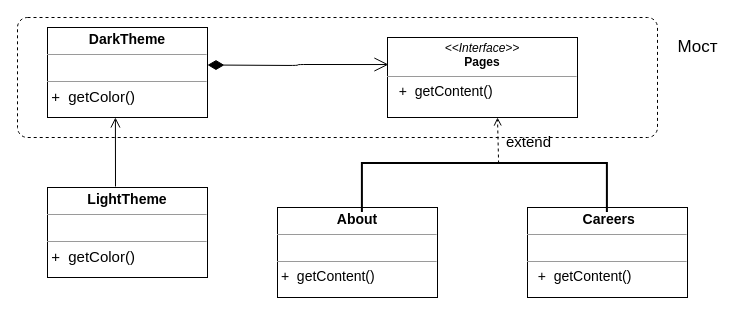
Before: structural/bridge/bridge.drawio in MaksShadows/Patterns, a draw.io diagram. Source tidied: cells renumbered, new cells numbered last; positions are measured from the earlier drawing's top-left corner, leaving out a move shared by most shapes. Both pictures are drawn from the tidied source at 100%, with x=0, y=0 at pixel (17, 17).
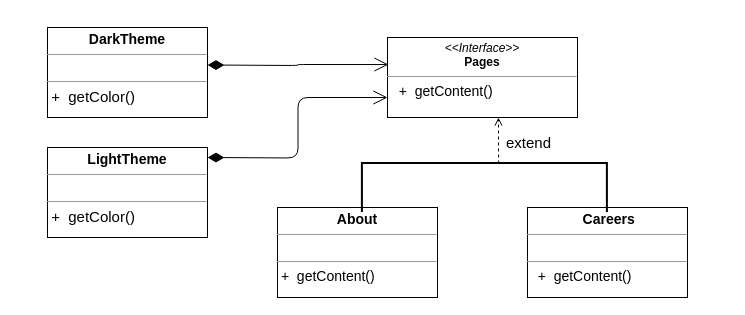
After the change.

What changed in the source:
```diff
@@
 <mxGraphModel>
   <root>
     <mxCell id="0" />
     <mxCell id="1" parent="0" />
     <mxCell id="2" value="&lt;p style=&quot;margin: 0px ; margin-top: 4px ; text-align: center&quot;&gt;&lt;i&gt;&amp;lt;&amp;lt;Interface&amp;gt;&amp;gt;&lt;/i&gt;&lt;br&gt;&lt;b&gt;Pages&lt;/b&gt;&lt;/p&gt;&lt;hr size=&quot;1&quot;&gt;&lt;p style=&quot;text-align: justify ; margin: 0px 0px 0px 4px&quot;&gt;&lt;font style=&quot;font-size: 14px&quot;&gt;&amp;nbsp; +&amp;nbsp;&amp;nbsp;getContent()&lt;/font&gt;&lt;/p&gt;" style="verticalAlign=top;align=left;overflow=fill;fontSize=12;fontFamily=Helvetica;html=1;" parent="1" vertex="1">
       <mxGeometry x="370" y="20" width="190" height="80" as="geometry" />
     </mxCell>
     <mxCell id="3" value="&lt;p style=&quot;margin: 0px ; margin-top: 4px ; text-align: center&quot;&gt;&lt;span style=&quot;font-size: 14px&quot;&gt;&lt;b&gt;About&lt;/b&gt;&lt;/span&gt;&lt;br&gt;&lt;/p&gt;&lt;hr size=&quot;1&quot;&gt;&lt;p style=&quot;margin: 0px ; margin-left: 4px&quot;&gt;&lt;br&gt;&lt;/p&gt;&lt;hr size=&quot;1&quot;&gt;&lt;p style=&quot;margin: 0px 0px 0px 4px ; font-size: 14px&quot;&gt;&lt;/p&gt;&lt;span style=&quot;font-size: 14px ; text-align: justify&quot;&gt;&amp;nbsp;+&amp;nbsp;&amp;nbsp;getContent()&lt;/span&gt;" style="verticalAlign=top;align=left;overflow=fill;fontSize=12;fontFamily=Helvetica;html=1;" parent="1" vertex="1">
       <mxGeometry x="260" y="190" width="160" height="90" as="geometry" />
     </mxCell>
     <mxCell id="4" value="&lt;p style=&quot;margin: 0px ; margin-top: 4px ; text-align: center&quot;&gt;&lt;b&gt;&amp;nbsp;&lt;font style=&quot;font-size: 14px&quot;&gt;Careers&lt;/font&gt;&lt;/b&gt;&lt;br&gt;&lt;/p&gt;&lt;hr size=&quot;1&quot;&gt;&lt;p style=&quot;margin: 0px ; margin-left: 4px&quot;&gt;&lt;br&gt;&lt;/p&gt;&lt;hr size=&quot;1&quot;&gt;&lt;p style=&quot;margin: 0px ; margin-left: 4px&quot;&gt;&lt;span&gt;&amp;nbsp;&amp;nbsp;&lt;/span&gt;&lt;span style=&quot;font-size: 14px&quot;&gt;+&amp;nbsp;&amp;nbsp;getContent()&lt;/span&gt;&lt;br&gt;&lt;/p&gt;&lt;p style=&quot;margin: 0px ; margin-left: 4px&quot;&gt;&lt;br&gt;&lt;/p&gt;" style="verticalAlign=top;align=left;overflow=fill;fontSize=12;fontFamily=Helvetica;html=1;" parent="1" vertex="1">
       <mxGeometry x="510" y="190" width="160" height="90" as="geometry" />
     </mxCell>
     <mxCell id="5" style="strokeWidth=2;html=1;shape=mxgraph.flowchart.annotation_1;align=left;rotation=90;" parent="1" vertex="1">
       <mxGeometry x="442.5" y="47.5" width="48.8" height="245" as="geometry" />
     </mxCell>
     <mxCell id="6" value="&lt;p style=&quot;margin: 0px ; margin-top: 4px ; text-align: center&quot;&gt;&lt;span style=&quot;font-size: 14px&quot;&gt;&lt;b&gt;DarkTheme&lt;/b&gt;&lt;/span&gt;&lt;br&gt;&lt;/p&gt;&lt;hr size=&quot;1&quot;&gt;&lt;p style=&quot;margin: 0px ; margin-left: 4px&quot;&gt;&lt;br&gt;&lt;/p&gt;&lt;hr size=&quot;1&quot;&gt;&lt;p style=&quot;margin: 0px 0px 0px 4px ; font-size: 14px&quot;&gt;&lt;/p&gt;&lt;span style=&quot;text-align: justify&quot;&gt;&lt;font style=&quot;font-size: 15px&quot;&gt;&amp;nbsp;+&amp;nbsp;&amp;nbsp;getColor()&lt;/font&gt;&lt;/span&gt;" style="verticalAlign=top;align=left;overflow=fill;fontSize=12;fontFamily=Helvetica;html=1;" parent="1" vertex="1">
       <mxGeometry x="30" y="10" width="160" height="90" as="geometry" />
     </mxCell>
     <mxCell id="7" value="&lt;p style=&quot;margin: 0px ; margin-top: 4px ; text-align: center&quot;&gt;&lt;span style=&quot;font-size: 14px&quot;&gt;&lt;b&gt;&amp;nbsp;LightTheme&amp;nbsp;&lt;/b&gt;&lt;/span&gt;&lt;br&gt;&lt;/p&gt;&lt;hr size=&quot;1&quot;&gt;&lt;p style=&quot;margin: 0px ; margin-left: 4px&quot;&gt;&lt;br&gt;&lt;/p&gt;&lt;hr size=&quot;1&quot;&gt;&lt;p style=&quot;margin: 0px 0px 0px 4px ; font-size: 14px&quot;&gt;&lt;/p&gt;&lt;span style=&quot;text-align: justify&quot;&gt;&lt;font style=&quot;font-size: 15px&quot;&gt;&amp;nbsp;+&amp;nbsp;&amp;nbsp;getColor()&lt;/font&gt;&lt;/span&gt;" style="verticalAlign=top;align=left;overflow=fill;fontSize=12;fontFamily=Helvetica;html=1;" parent="1" vertex="1">
-      <mxGeometry x="30" y="170" width="160" height="90" as="geometry" />
+      <mxGeometry x="30" y="130" width="160" height="90" as="geometry" />
     </mxCell>
     <mxCell id="8" style="endArrow=open;html=1;endSize=12;startArrow=diamondThin;startSize=14;startFill=1;edgeStyle=orthogonalEdgeStyle;align=left;verticalAlign=bottom;entryX=0.005;entryY=0.338;entryDx=0;entryDy=0;entryPerimeter=0;" parent="1" edge="1" target="2">
       <mxGeometry x="-0.67" y="28" relative="1" as="geometry">
         <mxPoint x="190" y="47.5" as="sourcePoint" />
         <mxPoint y="1" as="offset" />
       </mxGeometry>
     </mxCell>
-    <mxCell id="9" style="html=1;align=center;verticalAlign=top;rounded=1;absoluteArcSize=1;arcSize=20;dashed=1;fillColor=none;" parent="1" vertex="1">
-      <mxGeometry width="640" height="120" as="geometry" />
-    </mxCell>
-    <mxCell id="10" value="&lt;font style=&quot;font-size: 17px&quot;&gt;Мост&lt;/font&gt;" style="text;html=1;align=center;verticalAlign=middle;fillColor=none;strokeColor=none;rounded=0;" parent="1" vertex="1">
-      <mxGeometry x="650" y="20" width="60" height="20" as="geometry" />
-    </mxCell>
-    <mxCell id="11" value="&lt;font style=&quot;font-size: 15px&quot;&gt;extend&lt;/font&gt;" style="html=1;verticalAlign=bottom;labelBackgroundColor=none;endArrow=open;endFill=0;dashed=1;entryX=0.75;entryY=0.833;entryDx=0;entryDy=0;entryPerimeter=0;exitX=0.008;exitY=0.442;exitDx=0;exitDy=0;exitPerimeter=0;" parent="1" edge="1" source="5" target="9">
+    <mxCell id="11" value="&lt;font style=&quot;font-size: 15px&quot;&gt;extend&lt;/font&gt;" style="html=1;verticalAlign=bottom;labelBackgroundColor=none;endArrow=open;endFill=0;dashed=1;entryX=0.584;entryY=1;entryDx=0;entryDy=0;entryPerimeter=0;exitX=0.008;exitY=0.442;exitDx=0;exitDy=0;exitPerimeter=0;" parent="1" edge="1" source="5" target="2">
       <mxGeometry x="-0.6" y="-30" relative="1" as="geometry" />
     </mxCell>
-    <mxCell id="12" style="endArrow=open;startArrow=none;endFill=0;startFill=0;endSize=8;html=1;verticalAlign=bottom;labelBackgroundColor=none;strokeWidth=1;exitX=0.425;exitY=-0.011;exitDx=0;exitDy=0;exitPerimeter=0;entryX=0.153;entryY=0.833;entryDx=0;entryDy=0;entryPerimeter=0;" parent="1" edge="1" source="7" target="9">
-      <mxGeometry relative="1" as="geometry" />
-    </mxCell>
+    <mxCell id="13" style="endArrow=open;html=1;endSize=12;startArrow=diamondThin;startSize=14;startFill=1;edgeStyle=orthogonalEdgeStyle;align=left;verticalAlign=bottom;entryX=0;entryY=0.75;entryDx=0;entryDy=0;" parent="1" edge="1" target="2">
+      <mxGeometry x="-0.83" y="40" relative="1" as="geometry">
+        <mxPoint x="190" y="140" as="sourcePoint" />
+      </mxGeometry>
+    </mxCell>
   </root>
 </mxGraphModel>
```
